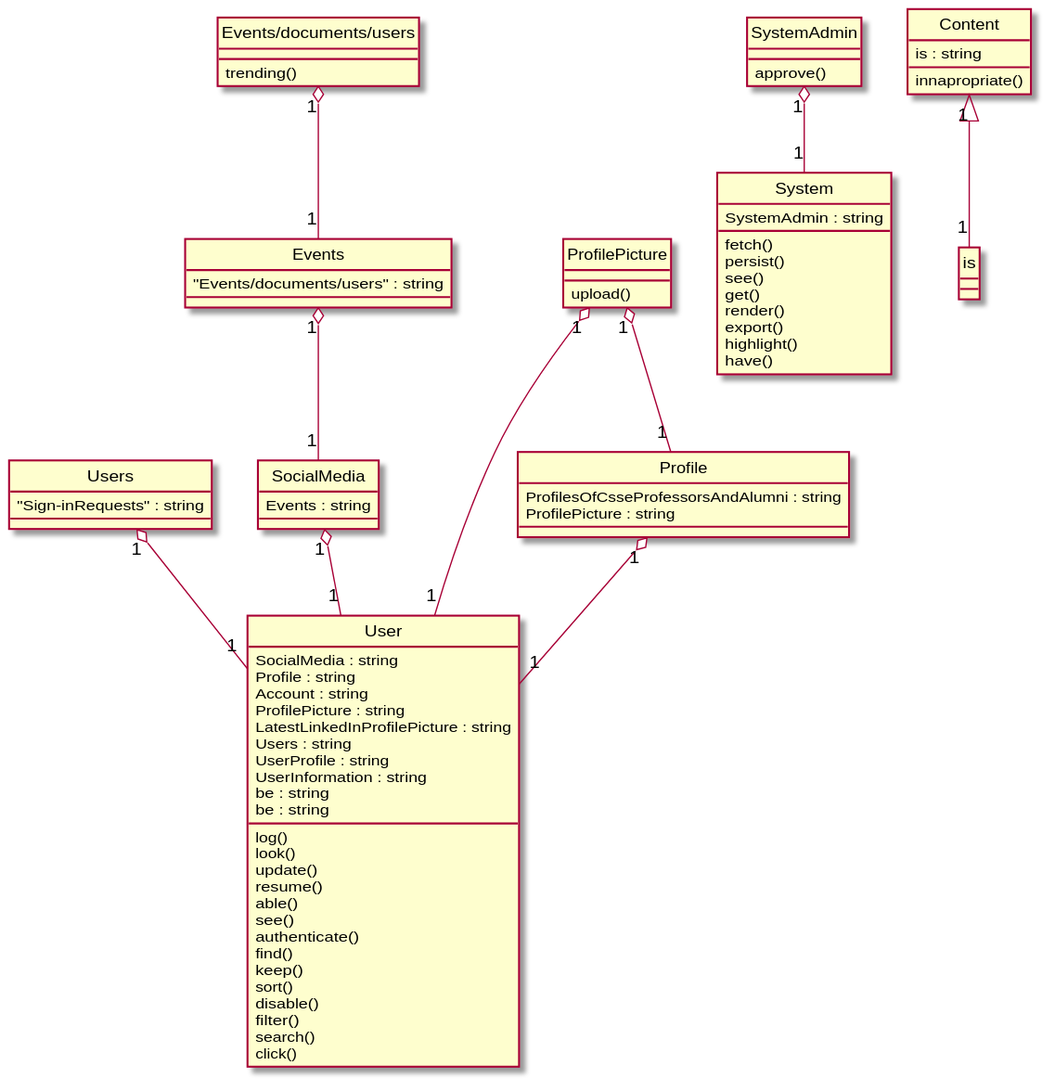
xixixhalu/DomainModelExtractor keeps this PlantUML diagram as Diagrams/2019-USC-Project01.svg. Above is the earlier version. The source it was exported from:
```plantuml
@startuml
hide circle
class Users {
	"Sign-inRequests" : string
}
class User {
	SocialMedia : string
	Profile : string
	Account : string
	ProfilePicture : string
	LatestLinkedInProfilePicture : string
	Users : string
	UserProfile : string
	UserInformation : string
	be : string
	be : string
	log()
	look()
	update()
	resume()
	able()
	see()
	authenticate()
	find()
	keep()
	sort()
	disable()
	filter()
	search()
	click()
}
class SocialMedia {
	Events : string
}
class System {
	SystemAdmin : string
	fetch()
	persist()
	see()
	get()
	render()
	export()
	highlight()
	have()
}
class Events {
	"Events/documents/users" : string
}
class Profile {
	ProfilesOfCsseProfessorsAndAlumni : string
	ProfilePicture : string
}
class Content {
	is : string
	innapropriate()
}
class SystemAdmin {
	approve()
}
class ProfilePicture {
	upload()
}
class Events/documents/users {
	trending()
}
SystemAdmin "1" o-- "1" System
Users "1" o-- "1" User
"Events/documents/users" "1" o-- "1" Events
SocialMedia "1" o-- "1" User
ProfilePicture "1" o-- "1" Profile
Profile "1" o-- "1" User
ProfilePicture "1" o-- "1" User
Events "1" o-- "1" SocialMedia
Content "1" <|-- "1" is
@enduml
```
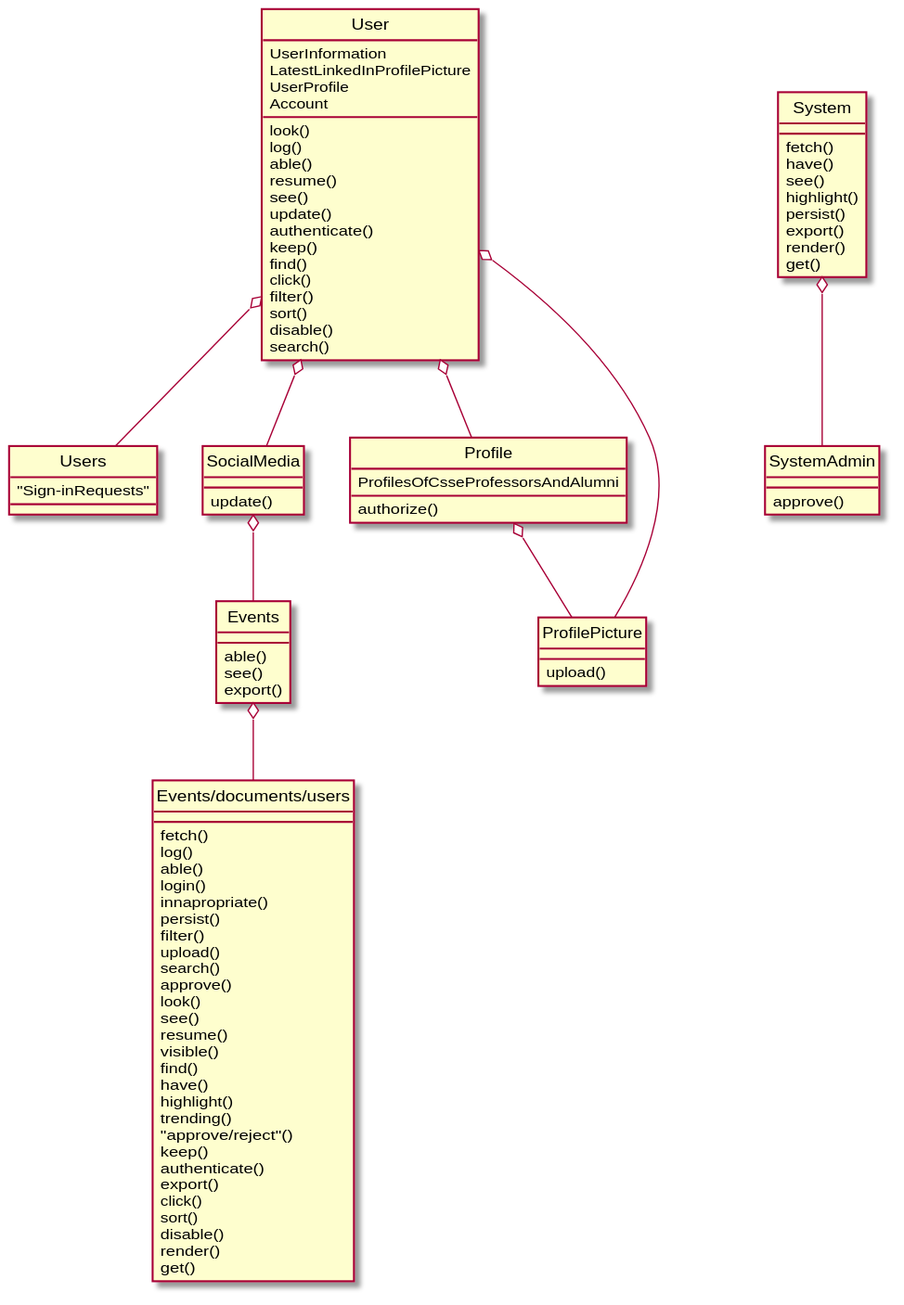
After the commit.

Diff of the diagram source:
```diff
@@ -1,58 +1,49 @@
 @startuml
 hide circle
 class Users {
-	"Sign-inRequests" : string
+	"Sign-inRequests"
 }
 class User {
-	SocialMedia : string
-	Profile : string
-	Account : string
-	ProfilePicture : string
-	LatestLinkedInProfilePicture : string
-	Users : string
-	UserProfile : string
-	UserInformation : string
-	be : string
-	be : string
+	UserInformation
+	LatestLinkedInProfilePicture
+	UserProfile
+	Account
+	look()
 	log()
-	look()
+	able()
+	resume()
+	see()
 	update()
-	resume()
+	authenticate()
+	keep()
+	find()
+	click()
+	filter()
+	sort()
+	disable()
+	search()
+}
+class SocialMedia {
+	update()
+}
+class Events {
 	able()
 	see()
-	authenticate()
-	find()
-	keep()
-	sort()
-	disable()
-	filter()
-	search()
-	click()
+	export()
 }
-class SocialMedia {
-	Events : string
+class Profile {
+	ProfilesOfCsseProfessorsAndAlumni
+	authorize()
 }
 class System {
-	SystemAdmin : string
 	fetch()
+	have()
+	see()
+	highlight()
 	persist()
-	see()
+	export()
+	render()
 	get()
-	render()
-	export()
-	highlight()
-	have()
-}
-class Events {
-	"Events/documents/users" : string
-}
-class Profile {
-	ProfilesOfCsseProfessorsAndAlumni : string
-	ProfilePicture : string
-}
-class Content {
-	is : string
-	innapropriate()
 }
 class SystemAdmin {
 	approve()
@@ -61,15 +52,40 @@
 	upload()
 }
 class Events/documents/users {
+	fetch()
+	log()
+	able()
+	login()
+	innapropriate()
+	persist()
+	filter()
+	upload()
+	search()
+	approve()
+	look()
+	see()
+	resume()
+	visible()
+	find()
+	have()
+	highlight()
 	trending()
+	"approve/reject"()
+	keep()
+	authenticate()
+	export()
+	click()
+	sort()
+	disable()
+	render()
+	get()
 }
-SystemAdmin "1" o-- "1" System
-Users "1" o-- "1" User
-"Events/documents/users" "1" o-- "1" Events
-SocialMedia "1" o-- "1" User
-ProfilePicture "1" o-- "1" Profile
-Profile "1" o-- "1" User
-ProfilePicture "1" o-- "1" User
-Events "1" o-- "1" SocialMedia
-Content "1" <|-- "1" is
+Events o-- "Events/documents/users"
+User o-- Users
+Profile o-- ProfilePicture
+User o-- SocialMedia
+System o-- SystemAdmin
+User o-- Profile
+User o-- ProfilePicture
+SocialMedia o-- Events
 @enduml
```
